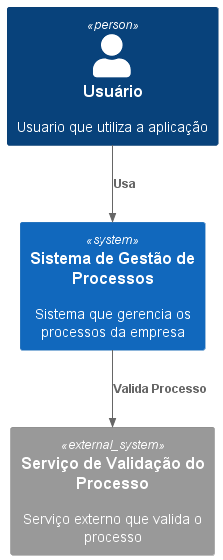
Above: out/Contexto/AplicacaoContext.png in samoryfiotec/C4 (PlantUML), before the change.
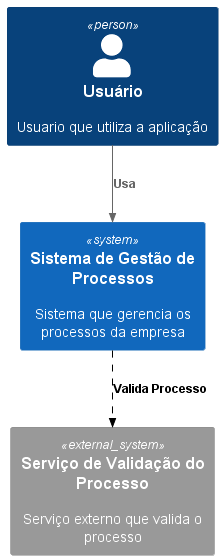
The same file after the commit.

Commit message:
Ajusta a definição da tag personalizada e corrige a sintaxe da relação no diagrama de contexto

The edit, as a diff of the source:
```diff
@@ -1,11 +1,13 @@
 @startuml AplicacaoContext
 !includeurl https://raw.githubusercontent.com/plantuml-stdlib/C4-PlantUML/master/C4_Context.puml
+
+AddRelTag("sync", $textColor="black", $lineColor="black", $lineStyle="dashed")
 
 Person(usuario, "Usuário", "Usuario que utiliza a aplicação")
 System(sistemaProcessos, "Sistema de Gestão de Processos", "Sistema que gerencia os processos da empresa")
 System_Ext(servicoValidacao, "Serviço de Validação do Processo", "Serviço externo que valida o processo")
 
 Rel(usuario, sistemaProcessos, "Usa")
-Rel(sistemaProcessos, servicoValidacao, "Valida Processo")
+Rel(sistemaProcessos, servicoValidacao, "Valida Processo", $tags="sync")
 
 @enduml
```
